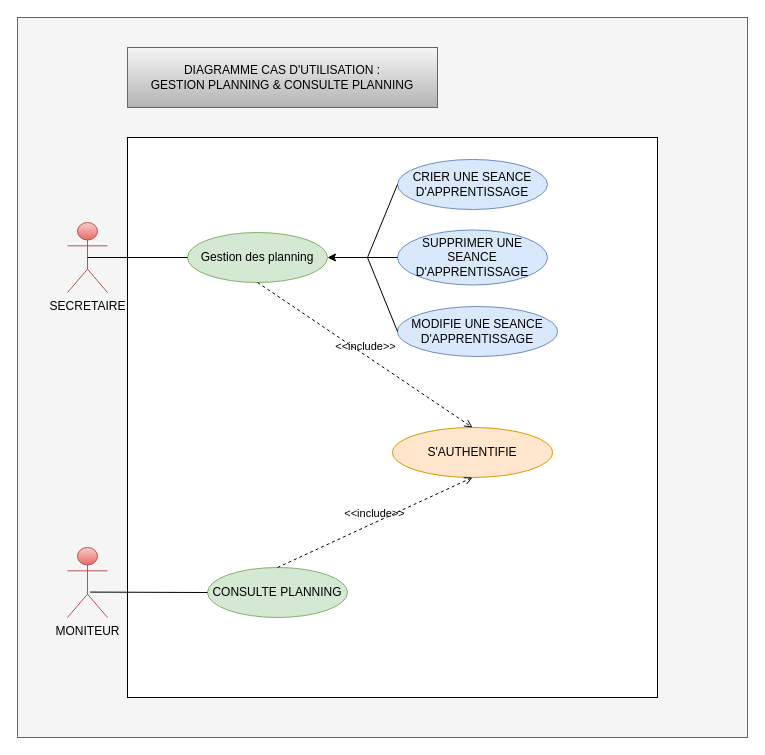
Above: Diagrams/hamid-final/drawio/d-cas-utilisation-gestionPaiements.drawio in Anesouali007/AutoSchool-Manager (draw.io), before the change. Source tidied: cells renumbered, new cells numbered last; positions are measured from the earlier drawing's top-left corner, leaving out a move shared by most shapes. Both pictures are drawn from the tidied source at 100%, with x=0, y=0 at pixel (17, 17).
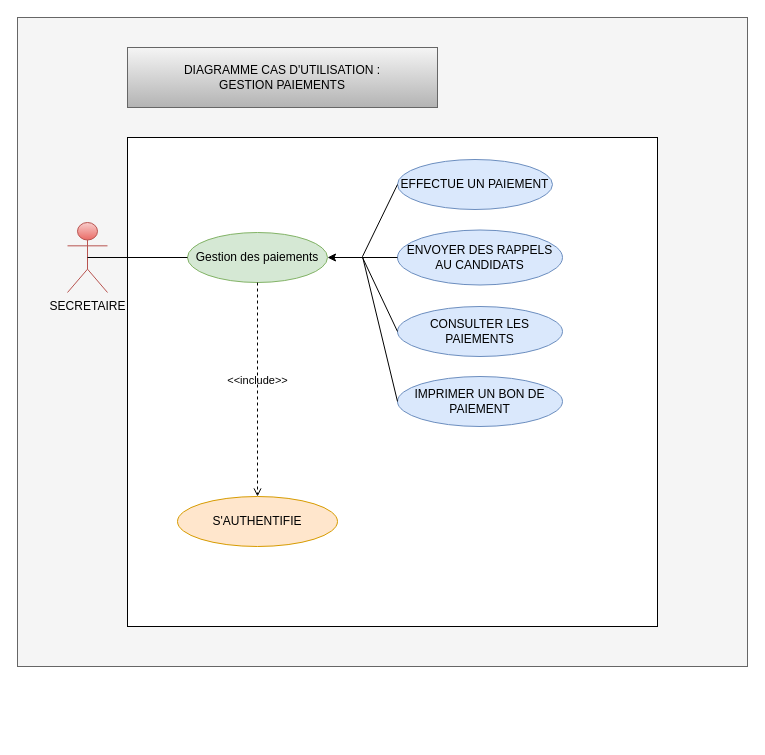
The same page after the edit.

Diff of the diagram source:
```diff
@@
     <mxCell id="2" style="rounded=0;whiteSpace=wrap;html=1;fillColor=#f5f5f5;fontColor=#333333;strokeColor=#666666;" parent="1" vertex="1">
-      <mxGeometry width="730" height="720" as="geometry" />
+      <mxGeometry width="730" height="649" as="geometry" />
     </mxCell>
     <mxCell id="3" style="rounded=0;whiteSpace=wrap;html=1;" parent="1" vertex="1">
-      <mxGeometry x="110" y="120" width="530" height="560" as="geometry" />
+      <mxGeometry x="110" y="120" width="530" height="489" as="geometry" />
     </mxCell>
@@
-    <mxCell id="5" value="Gestion des planning" style="ellipse;whiteSpace=wrap;html=1;fillColor=#d5e8d4;strokeColor=#82b366;" parent="1" vertex="1">
+    <mxCell id="5" value="Gestion des paiements" style="ellipse;whiteSpace=wrap;html=1;fillColor=#d5e8d4;strokeColor=#82b366;" parent="1" vertex="1">
       <mxGeometry x="170" y="215" width="140" height="50" as="geometry" />
     </mxCell>
-    <mxCell id="6" value="CRIER UNE SEANCE D'APPRENTISSAGE" style="ellipse;whiteSpace=wrap;html=1;fillColor=#dae8fc;strokeColor=#6c8ebf;" parent="1" vertex="1">
-      <mxGeometry x="380" y="142" width="150" height="50" as="geometry" />
+    <mxCell id="6" value="EFFECTUE UN PAIEMENT" style="ellipse;whiteSpace=wrap;html=1;fillColor=#dae8fc;strokeColor=#6c8ebf;" parent="1" vertex="1">
+      <mxGeometry x="380" y="142" width="155" height="50" as="geometry" />
     </mxCell>
-    <mxCell id="7" value="MODIFIE UNE SEANCE D'APPRENTISSAGE" style="ellipse;whiteSpace=wrap;html=1;fillColor=#dae8fc;strokeColor=#6c8ebf;" parent="1" vertex="1">
-      <mxGeometry x="380" y="289" width="160" height="50" as="geometry" />
+    <mxCell id="7" value="CONSULTER LES PAIEMENTS" style="ellipse;whiteSpace=wrap;html=1;fillColor=#dae8fc;strokeColor=#6c8ebf;" parent="1" vertex="1">
+      <mxGeometry x="380" y="289" width="165" height="50" as="geometry" />
     </mxCell>
-    <mxCell id="8" value="SUPPRIMER UNE SEANCE D'APPRENTISSAGE" style="ellipse;whiteSpace=wrap;html=1;fillColor=#dae8fc;strokeColor=#6c8ebf;" parent="1" vertex="1">
-      <mxGeometry x="380" y="212.5" width="150" height="55" as="geometry" />
+    <mxCell id="8" value="ENVOYER DES RAPPELS AU CANDIDATS" style="ellipse;whiteSpace=wrap;html=1;fillColor=#dae8fc;strokeColor=#6c8ebf;" parent="1" vertex="1">
+      <mxGeometry x="380" y="212.5" width="165" height="55" as="geometry" />
     </mxCell>
@@
     <mxCell id="10" style="endArrow=none;html=1;entryX=0;entryY=0.5;entryDx=0;entryDy=0;" parent="1" edge="1" target="6">
       <mxGeometry relative="1" as="geometry">
-        <mxPoint x="350" y="240" as="sourcePoint" />
+        <mxPoint x="345" y="239" as="sourcePoint" />
       </mxGeometry>
     </mxCell>
     <mxCell id="11" style="endArrow=none;html=1;exitX=0;exitY=0.5;exitDx=0;exitDy=0;" parent="1" edge="1" source="7">
       <mxGeometry relative="1" as="geometry">
-        <mxPoint x="350" y="240" as="targetPoint" />
+        <mxPoint x="345" y="240" as="targetPoint" />
       </mxGeometry>
     </mxCell>
@@
     <mxCell id="13" value="S'AUTHENTIFIE" style="ellipse;whiteSpace=wrap;html=1;fillColor=#ffe6cc;strokeColor=#d79b00;" parent="1" vertex="1">
-      <mxGeometry x="375" y="410" width="160" height="50" as="geometry" />
+      <mxGeometry x="160" y="479" width="160" height="50" as="geometry" />
     </mxCell>
@@
-    <mxCell id="15" value="MONITEUR" style="shape=umlActor;verticalLabelPosition=bottom;verticalAlign=top;html=1;fillColor=#f8cecc;gradientColor=#ea6b66;strokeColor=#b85450;" parent="1" vertex="1">
-      <mxGeometry x="50" y="530" width="40" height="70" as="geometry" />
-    </mxCell>
-    <mxCell id="16" value="CONSULTE PLANNING" style="ellipse;whiteSpace=wrap;html=1;fillColor=#d5e8d4;strokeColor=#82b366;" parent="1" vertex="1">
-      <mxGeometry x="190" y="550" width="140" height="50" as="geometry" />
-    </mxCell>
-    <mxCell id="17" style="endArrow=none;html=1;exitX=0.566;exitY=0.637;exitDx=0;exitDy=0;exitPerimeter=0;entryX=0;entryY=0.5;entryDx=0;entryDy=0;" parent="1" edge="1" source="15" target="16">
-      <mxGeometry relative="1" as="geometry" />
-    </mxCell>
-    <mxCell id="18" value="&amp;lt;&amp;lt;include&amp;gt;&amp;gt;" style="html=1;verticalAlign=bottom;labelBackgroundColor=none;endArrow=open;endFill=0;dashed=1;exitX=0.5;exitY=0;exitDx=0;exitDy=0;entryX=0.5;entryY=1;entryDx=0;entryDy=0;" parent="1" edge="1" source="16" target="13">
-      <mxGeometry relative="1" as="geometry" />
-    </mxCell>
-    <mxCell id="19" value="DIAGRAMME CAS D'UTILISATION :&lt;br&gt;GESTION PLANNING &amp;amp; CONSULTE PLANNING" style="rounded=0;whiteSpace=wrap;html=1;fillColor=#f5f5f5;gradientColor=#b3b3b3;strokeColor=#666666;" parent="1" vertex="1">
+    <mxCell id="19" value="DIAGRAMME CAS D'UTILISATION :&lt;br&gt;GESTION PAIEMENTS" style="rounded=0;whiteSpace=wrap;html=1;fillColor=#f5f5f5;gradientColor=#b3b3b3;strokeColor=#666666;" parent="1" vertex="1">
       <mxGeometry x="110" y="30" width="310" height="60" as="geometry" />
     </mxCell>
+    <mxCell id="20" value="IMPRIMER UN BON DE PAIEMENT" style="ellipse;whiteSpace=wrap;html=1;fillColor=#dae8fc;strokeColor=#6c8ebf;" parent="1" vertex="1">
+      <mxGeometry x="380" y="359" width="165" height="50" as="geometry" />
+    </mxCell>
+    <mxCell id="21" style="endArrow=none;html=1;entryX=0;entryY=0.5;entryDx=0;entryDy=0;" parent="1" edge="1" target="20">
+      <mxGeometry relative="1" as="geometry">
+        <mxPoint x="345" y="239" as="sourcePoint" />
+      </mxGeometry>
+    </mxCell>
```
